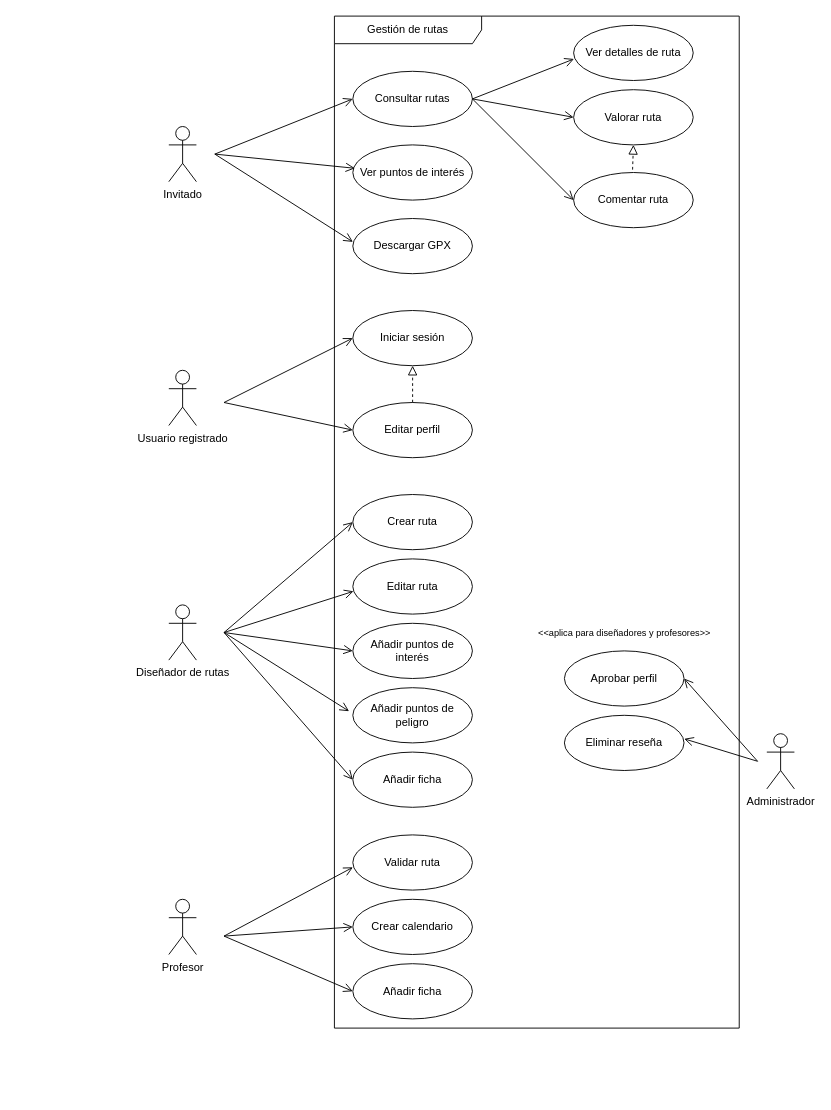
Above: Diagrama de casos.drawio in rubencobog/PruebasDAM (draw.io), before the change. Source tidied: cells renumbered, new cells numbered last; positions are measured from the earlier drawing's top-left corner, leaving out a move shared by most shapes. Both pictures are drawn from the tidied source at 92%, with x=0, y=0 at pixel (168, 16).
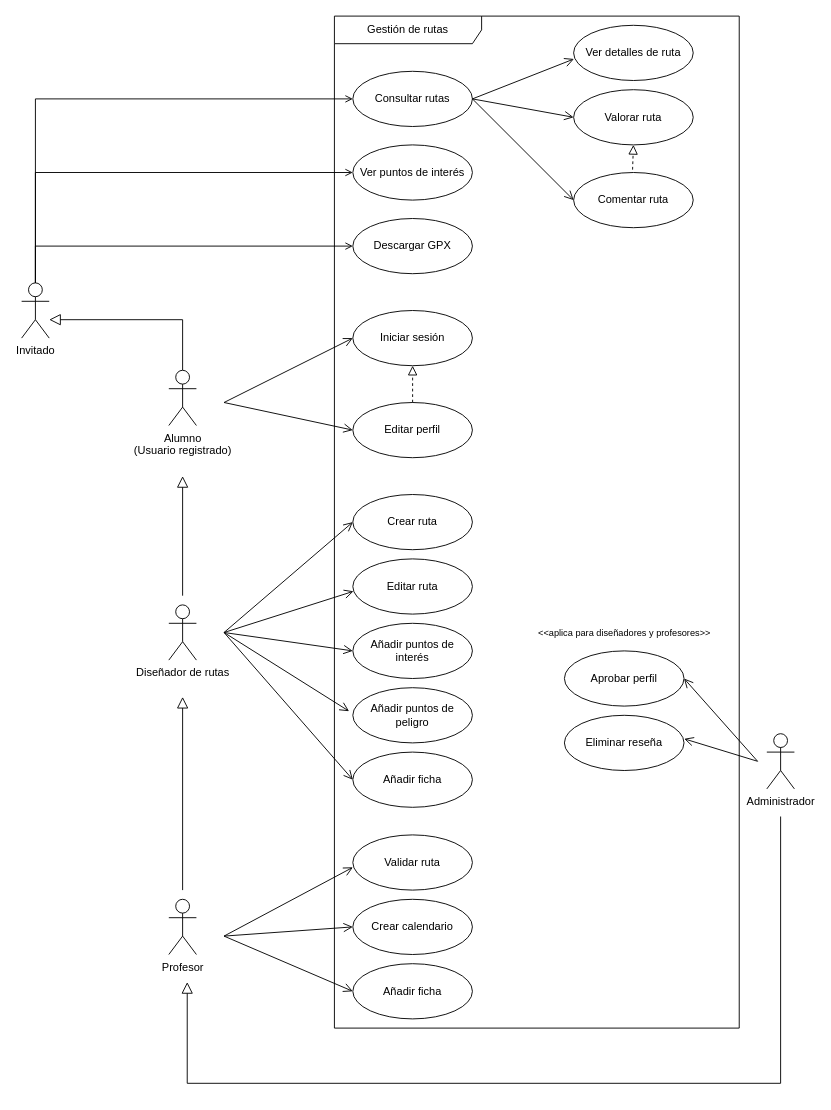
Above is the later version.

Commit message (it also covers changes not shown here):
Diagrama de casos(corregido)

Añadí la herencia de usuarios y corregi algunos detalles

The change refers to these unchanged cells:
```xml
<mxCell id="3" value="Consultar rutas" style="ellipse;whiteSpace=wrap;html=1;" parent="2" vertex="1">
  <mxGeometry x="20" y="60" width="130" height="60" as="geometry" />
</mxCell>
<mxCell id="5" value="Ver puntos de interés" style="ellipse;whiteSpace=wrap;html=1;" parent="2" vertex="1">
  <mxGeometry x="20" y="140" width="130" height="60" as="geometry" />
</mxCell>
<mxCell id="6" value="Descargar GPX" style="ellipse;whiteSpace=wrap;html=1;" parent="2" vertex="1">
  <mxGeometry x="20" y="220" width="130" height="60" as="geometry" />
</mxCell>
```

What changed in the source:
```diff
@@
+    <mxCell id="47" style="edgeStyle=orthogonalEdgeStyle;rounded=0;jettySize=auto;html=1;endArrow=open;endFill=0;" parent="1" edge="1" source="28" target="3">
+      <mxGeometry relative="1" as="geometry">
+        <Array as="points">
+          <mxPoint x="-145" y="90" />
+        </Array>
+      </mxGeometry>
+    </mxCell>
+    <mxCell id="48" style="edgeStyle=orthogonalEdgeStyle;rounded=0;jettySize=auto;html=1;endArrow=open;endFill=0;" parent="1" edge="1" source="28" target="5">
+      <mxGeometry relative="1" as="geometry">
+        <Array as="points">
+          <mxPoint x="-145" y="170" />
+        </Array>
+      </mxGeometry>
+    </mxCell>
+    <mxCell id="49" style="edgeStyle=orthogonalEdgeStyle;rounded=0;jettySize=auto;html=1;endArrow=open;endFill=0;" parent="1" edge="1" source="28" target="6">
+      <mxGeometry relative="1" as="geometry">
+        <Array as="points">
+          <mxPoint x="-145" y="250" />
+        </Array>
+      </mxGeometry>
+    </mxCell>
     <mxCell id="28" value="Invitado" style="shape=umlActor;verticalLabelPosition=bottom;verticalAlign=top;html=1;" parent="1" vertex="1">
-      <mxGeometry y="120" width="30" height="60" as="geometry" />
+      <mxGeometry x="-160" y="290" width="30" height="60" as="geometry" />
     </mxCell>
-    <mxCell id="29" style="endArrow=open;startArrow=none;endFill=0;startFill=0;endSize=8;html=1;verticalAlign=bottom;labelBackgroundColor=none;strokeWidth=1;rounded=0;entryX=0.018;entryY=0.424;entryDx=0;entryDy=0;entryPerimeter=0;" parent="1" edge="1" target="5">
-      <mxGeometry relative="1" as="geometry">
-        <mxPoint x="50" y="150" as="sourcePoint" />
-      </mxGeometry>
-    </mxCell>
-    <mxCell id="30" style="endArrow=open;startArrow=none;endFill=0;startFill=0;endSize=8;html=1;verticalAlign=bottom;labelBackgroundColor=none;strokeWidth=1;rounded=0;entryX=0;entryY=0.5;entryDx=0;entryDy=0;" parent="1" edge="1" target="3">
-      <mxGeometry relative="1" as="geometry">
-        <mxPoint x="50" y="150" as="sourcePoint" />
-      </mxGeometry>
-    </mxCell>
-    <mxCell id="31" style="endArrow=open;startArrow=none;endFill=0;startFill=0;endSize=8;html=1;verticalAlign=bottom;labelBackgroundColor=none;strokeWidth=1;rounded=0;entryX=0.001;entryY=0.424;entryDx=0;entryDy=0;entryPerimeter=0;" parent="1" edge="1" target="6">
-      <mxGeometry relative="1" as="geometry">
-        <mxPoint x="50" y="150" as="sourcePoint" />
-      </mxGeometry>
-    </mxCell>
+    <mxCell id="50" style="edgeStyle=orthogonalEdgeStyle;rounded=0;jettySize=auto;html=1;endArrow=block;endFill=0;startSize=6;endSize=10;" parent="1" edge="1" source="32" target="28">
+      <mxGeometry relative="1" as="geometry">
+        <Array as="points">
+          <mxPoint x="15" y="330" />
+        </Array>
+      </mxGeometry>
+    </mxCell>
-    <mxCell id="32" value="Usuario registrado&lt;div&gt;&lt;br&gt;&lt;/div&gt;" style="shape=umlActor;verticalLabelPosition=bottom;verticalAlign=top;html=1;" parent="1" vertex="1">
+    <mxCell id="32" value="&lt;div&gt;Alumno&lt;/div&gt;&lt;div&gt;(Usuario registrado)&lt;/div&gt;" style="shape=umlActor;verticalLabelPosition=bottom;verticalAlign=top;html=1;" parent="1" vertex="1">
       <mxGeometry y="385" width="30" height="60" as="geometry" />
     </mxCell>
@@
+    <mxCell id="51" style="edgeStyle=orthogonalEdgeStyle;rounded=0;orthogonalLoop=1;jettySize=auto;html=1;endSize=10;endArrow=block;endFill=0;" parent="1" edge="1">
+      <mxGeometry relative="1" as="geometry">
+        <mxPoint x="15" y="630" as="sourcePoint" />
+        <mxPoint x="15" y="500" as="targetPoint" />
+      </mxGeometry>
+    </mxCell>
@@
+    <mxCell id="52" style="edgeStyle=orthogonalEdgeStyle;rounded=0;orthogonalLoop=1;jettySize=auto;html=1;endArrow=block;endFill=0;endSize=10;" parent="1" edge="1">
+      <mxGeometry relative="1" as="geometry">
+        <mxPoint x="15" y="950" as="sourcePoint" />
+        <mxPoint x="15" y="740" as="targetPoint" />
+      </mxGeometry>
+    </mxCell>
@@
+    <mxCell id="53" style="edgeStyle=orthogonalEdgeStyle;rounded=0;orthogonalLoop=1;jettySize=auto;html=1;endSize=10;endArrow=block;endFill=0;" parent="1" edge="1">
+      <mxGeometry relative="1" as="geometry">
+        <mxPoint x="665" y="870" as="sourcePoint" />
+        <mxPoint x="20" y="1050" as="targetPoint" />
+        <Array as="points">
+          <mxPoint x="665" y="1160" />
+          <mxPoint x="20" y="1160" />
+        </Array>
+      </mxGeometry>
+    </mxCell>
```
